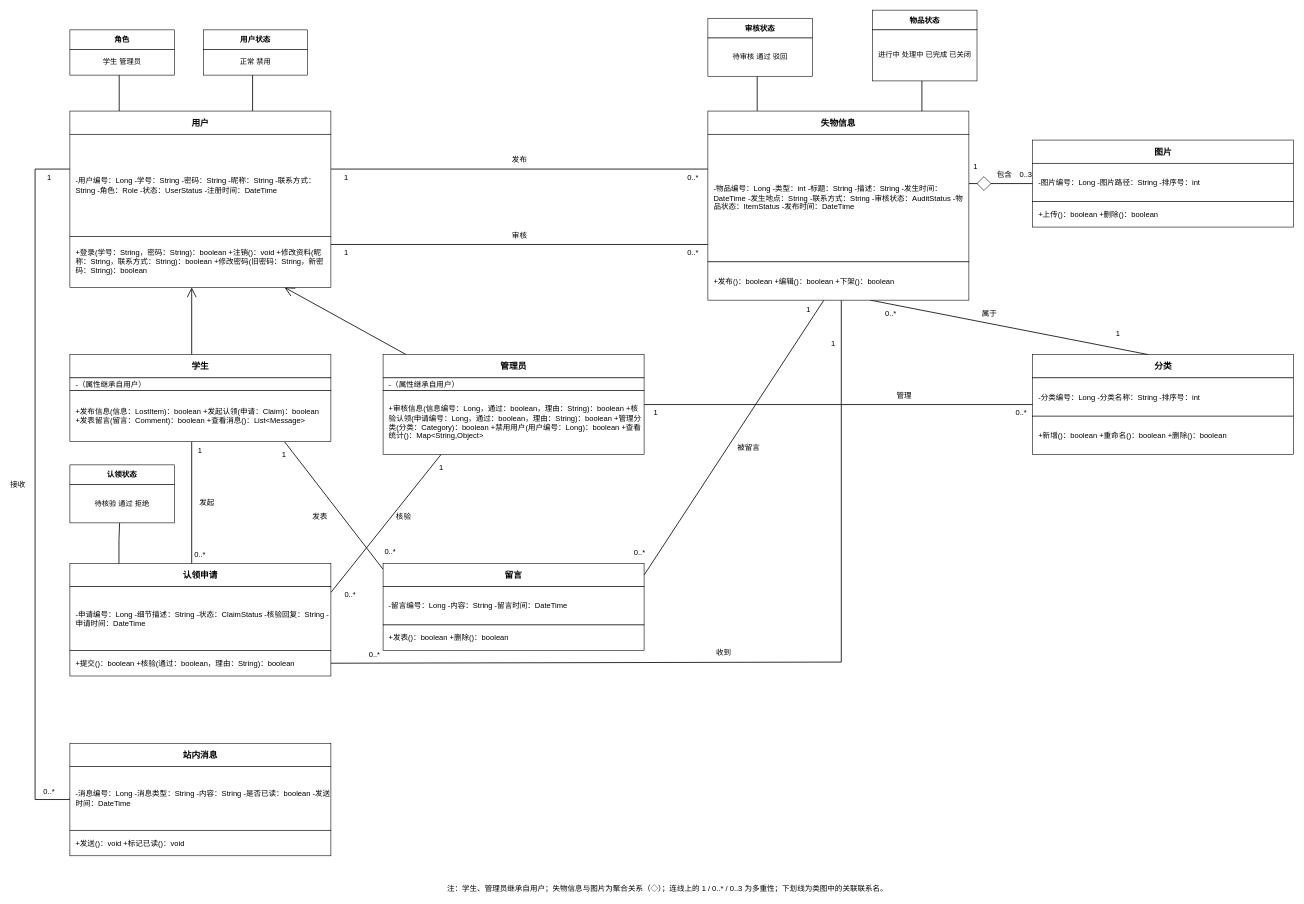
Above: 需求文档/需求分析阶段相关的图/类图.drawio in shensuhuaming/campus-lost-found (draw.io), before the change. Source tidied: cells renumbered, new cells numbered last; positions are measured from the earlier drawing's top-left corner, leaving out a move shared by most shapes. Both pictures are drawn from the tidied source at 58%, with x=0, y=0 at pixel (10, 10).
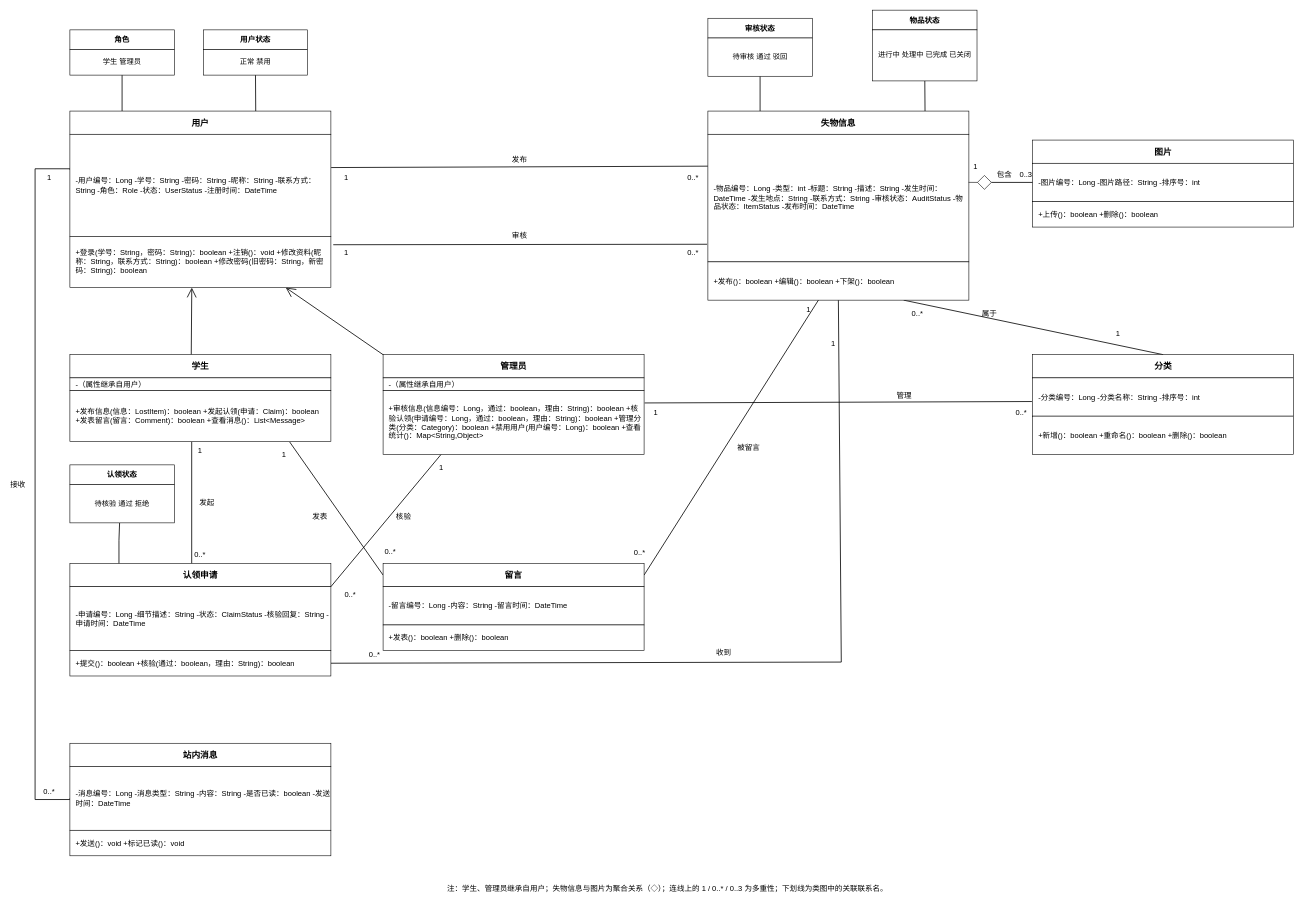
After the change.

Unchanged cells that the change refers to:
```xml
<mxCell id="55" value="学生&amp;#10;管理员" style="rounded=0;whiteSpace=wrap;html=1;align=center;fontSize=12.5;fontFamily=Microsoft YaHei;" parent="1" vertex="1">
  <mxGeometry x="103" y="68" width="180" height="44" as="geometry" />
</mxCell>
<mxCell id="57" value="正常&amp;#10;禁用" style="rounded=0;whiteSpace=wrap;html=1;align=center;fontSize=12.5;fontFamily=Microsoft YaHei;" parent="1" vertex="1">
  <mxGeometry x="333" y="68" width="180" height="44" as="geometry" />
</mxCell>
<mxCell id="59" value="待审核&amp;#10;通过&amp;#10;驳回" style="rounded=0;whiteSpace=wrap;html=1;align=center;fontSize=12.5;fontFamily=Microsoft YaHei;" parent="1" vertex="1">
  <mxGeometry x="1203" y="48" width="180" height="66" as="geometry" />
</mxCell>
<mxCell id="61" value="进行中&amp;#10;处理中&amp;#10;已完成&amp;#10;已关闭" style="rounded=0;whiteSpace=wrap;html=1;align=center;fontSize=12.5;fontFamily=Microsoft YaHei;" parent="1" vertex="1">
  <mxGeometry x="1487" y="34" width="180" height="88" as="geometry" />
</mxCell>
<mxCell id="64" value="用户" style="rounded=0;whiteSpace=wrap;html=1;fontStyle=1;fontSize=15;fontFamily=Microsoft YaHei;" parent="1" vertex="1">
  <mxGeometry x="103" y="174" width="450" height="40" as="geometry" />
</mxCell>
<mxCell id="65" value="-用户编号：Long&amp;#10;-学号：String&amp;#10;-密码：String&amp;#10;-昵称：String&amp;#10;-联系方式：String&amp;#10;-角色：Role&amp;#10;-状态：UserStatus&amp;#10;-注册时间：DateTime" style="rounded=0;whiteSpace=wrap;html=1;align=left;spacingLeft=8;fontSize=13;fontFamily=Microsoft YaHei;" parent="1" vertex="1">
  <mxGeometry x="103" y="214" width="450" height="176" as="geometry" />
</mxCell>
<mxCell id="66" value="+登录(学号：String，密码：String)：boolean&amp;#10;+注销()：void&amp;#10;+修改资料(昵称：String，联系方式：String)：boolean&amp;#10;+修改密码(旧密码：String，新密码：String)：boolean" style="rounded=0;whiteSpace=wrap;html=1;align=left;spacingLeft=8;fontSize=13;fontFamily=Microsoft YaHei;" parent="1" vertex="1">
  <mxGeometry x="103" y="390" width="450" height="88" as="geometry" />
</mxCell>
<mxCell id="67" value="学生" style="rounded=0;whiteSpace=wrap;html=1;fontStyle=1;fontSize=15;fontFamily=Microsoft YaHei;" parent="1" vertex="1">
  <mxGeometry x="103" y="594" width="450" height="40" as="geometry" />
</mxCell>
<mxCell id="69" value="+发布信息(信息：LostItem)：boolean&amp;#10;+发起认领(申请：Claim)：boolean&amp;#10;+发表留言(留言：Comment)：boolean&amp;#10;+查看消息()：List&amp;lt;Message&amp;gt;" style="rounded=0;whiteSpace=wrap;html=1;align=left;spacingLeft=8;fontSize=13;fontFamily=Microsoft YaHei;" parent="1" vertex="1">
  <mxGeometry x="103" y="656" width="450" height="88" as="geometry" />
</mxCell>
<mxCell id="70" value="管理员" style="rounded=0;whiteSpace=wrap;html=1;fontStyle=1;fontSize=15;fontFamily=Microsoft YaHei;" parent="1" vertex="1">
  <mxGeometry x="643" y="594" width="450" height="40" as="geometry" />
</mxCell>
<mxCell id="72" value="+审核信息(信息编号：Long，通过：boolean，理由：String)：boolean&amp;#10;+核验认领(申请编号：Long，通过：boolean，理由：String)：boolean&amp;#10;+管理分类(分类：Category)：boolean&amp;#10;+禁用用户(用户编号：Long)：boolean&amp;#10;+查看统计()：Map&amp;lt;String,Object&amp;gt;" style="rounded=0;whiteSpace=wrap;html=1;align=left;spacingLeft=8;fontSize=13;fontFamily=Microsoft YaHei;" parent="1" vertex="1">
  <mxGeometry x="643" y="656" width="450" height="110" as="geometry" />
</mxCell>
<mxCell id="73" value="失物信息" style="rounded=0;whiteSpace=wrap;html=1;fontStyle=1;fontSize=15;fontFamily=Microsoft YaHei;" parent="1" vertex="1">
  <mxGeometry x="1203" y="174" width="450" height="40" as="geometry" />
</mxCell>
<mxCell id="74" value="-物品编号：Long&amp;#10;-类型：int&amp;#10;-标题：String&amp;#10;-描述：String&amp;#10;-发生时间：DateTime&amp;#10;-发生地点：String&amp;#10;-联系方式：String&amp;#10;-审核状态：AuditStatus&amp;#10;-物品状态：ItemStatus&amp;#10;-发布时间：DateTime" style="rounded=0;whiteSpace=wrap;html=1;align=left;spacingLeft=8;fontSize=13;fontFamily=Microsoft YaHei;" parent="1" vertex="1">
  <mxGeometry x="1203" y="214" width="450" height="220" as="geometry" />
</mxCell>
<mxCell id="75" value="+发布()：boolean&amp;#10;+编辑()：boolean&amp;#10;+下架()：boolean" style="rounded=0;whiteSpace=wrap;html=1;align=left;spacingLeft=8;fontSize=13;fontFamily=Microsoft YaHei;" parent="1" vertex="1">
  <mxGeometry x="1203" y="434" width="450" height="66" as="geometry" />
</mxCell>
<mxCell id="77" value="-图片编号：Long&amp;#10;-图片路径：String&amp;#10;-排序号：int" style="rounded=0;whiteSpace=wrap;html=1;align=left;spacingLeft=8;fontSize=13;fontFamily=Microsoft YaHei;" parent="1" vertex="1">
  <mxGeometry x="1763" y="264" width="450" height="66" as="geometry" />
</mxCell>
<mxCell id="79" value="分类" style="rounded=0;whiteSpace=wrap;html=1;fontStyle=1;fontSize=15;fontFamily=Microsoft YaHei;" parent="1" vertex="1">
  <mxGeometry x="1763" y="594" width="450" height="40" as="geometry" />
</mxCell>
<mxCell id="80" value="-分类编号：Long&amp;#10;-分类名称：String&amp;#10;-排序号：int" style="rounded=0;whiteSpace=wrap;html=1;align=left;spacingLeft=8;fontSize=13;fontFamily=Microsoft YaHei;" parent="1" vertex="1">
  <mxGeometry x="1763" y="634" width="450" height="66" as="geometry" />
</mxCell>
<mxCell id="83" value="-申请编号：Long&amp;#10;-细节描述：String&amp;#10;-状态：ClaimStatus&amp;#10;-核验回复：String&amp;#10;-申请时间：DateTime" style="rounded=0;whiteSpace=wrap;html=1;align=left;spacingLeft=8;fontSize=13;fontFamily=Microsoft YaHei;" parent="1" vertex="1">
  <mxGeometry x="103" y="994" width="450" height="110" as="geometry" />
</mxCell>
<mxCell id="84" value="+提交()：boolean&amp;#10;+核验(通过：boolean，理由：String)：boolean" style="rounded=0;whiteSpace=wrap;html=1;align=left;spacingLeft=8;fontSize=13;fontFamily=Microsoft YaHei;" parent="1" vertex="1">
  <mxGeometry x="103" y="1104" width="450" height="44" as="geometry" />
</mxCell>
<mxCell id="85" value="留言" style="rounded=0;whiteSpace=wrap;html=1;fontStyle=1;fontSize=15;fontFamily=Microsoft YaHei;" parent="1" vertex="1">
  <mxGeometry x="643" y="954" width="450" height="40" as="geometry" />
</mxCell>
<mxCell id="89" value="-消息编号：Long&amp;#10;-消息类型：String&amp;#10;-内容：String&amp;#10;-是否已读：boolean&amp;#10;-发送时间：DateTime" style="rounded=0;whiteSpace=wrap;html=1;align=left;spacingLeft=8;fontSize=13;fontFamily=Microsoft YaHei;" parent="1" vertex="1">
  <mxGeometry x="103" y="1304" width="450" height="110" as="geometry" />
</mxCell>
```

Diff of the diagram source:
```diff
@@
-    <mxCell id="2" style="edgeStyle=none;rounded=0;html=1;endArrow=none;startArrow=none;strokeWidth=1.4;" parent="1" edge="1">
-      <mxGeometry relative="1" as="geometry">
-        <mxPoint x="553" y="274" as="sourcePoint" />
-        <mxPoint x="1203" y="274" as="targetPoint" />
-      </mxGeometry>
+    <mxCell id="2" style="edgeStyle=none;rounded=0;html=1;endArrow=none;startArrow=none;strokeWidth=1.4;exitX=1.001;exitY=0.326;exitDx=0;exitDy=0;exitPerimeter=0;entryX=0;entryY=0.25;entryDx=0;entryDy=0;" parent="1" edge="1" source="65" target="74">
+      <mxGeometry relative="1" as="geometry" />
     </mxCell>
-    <mxCell id="3" style="edgeStyle=none;rounded=0;html=1;endArrow=none;startArrow=none;strokeWidth=1.4;" parent="1" edge="1">
-      <mxGeometry relative="1" as="geometry">
-        <mxPoint x="553" y="404" as="sourcePoint" />
-        <mxPoint x="1203" y="404" as="targetPoint" />
-      </mxGeometry>
+    <mxCell id="3" style="edgeStyle=none;rounded=0;html=1;endArrow=none;startArrow=none;strokeWidth=1.4;exitX=1.009;exitY=0.164;exitDx=0;exitDy=0;exitPerimeter=0;entryX=-0.003;entryY=0.862;entryDx=0;entryDy=0;entryPerimeter=0;" parent="1" edge="1" source="66" target="74">
+      <mxGeometry relative="1" as="geometry" />
     </mxCell>
-    <mxCell id="4" style="edgeStyle=none;rounded=0;html=1;endArrow=none;startArrow=none;strokeWidth=1.4;" parent="1" edge="1">
-      <mxGeometry relative="1" as="geometry">
-        <mxPoint x="1483" y="500" as="sourcePoint" />
-        <mxPoint x="1963" y="594" as="targetPoint" />
-      </mxGeometry>
+    <mxCell id="4" style="edgeStyle=none;rounded=0;html=1;endArrow=none;startArrow=none;strokeWidth=1.4;exitX=0.75;exitY=1;exitDx=0;exitDy=0;entryX=0.5;entryY=0;entryDx=0;entryDy=0;" parent="1" edge="1" source="75" target="79">
+      <mxGeometry relative="1" as="geometry" />
     </mxCell>
-    <mxCell id="5" style="edgeStyle=none;rounded=0;html=1;endArrow=none;startArrow=none;strokeWidth=1.4;" parent="1" edge="1">
-      <mxGeometry relative="1" as="geometry">
-        <mxPoint x="1653" y="299" as="sourcePoint" />
-        <mxPoint x="1763" y="299" as="targetPoint" />
-      </mxGeometry>
+    <mxCell id="5" style="edgeStyle=none;rounded=0;html=1;endArrow=none;startArrow=none;strokeWidth=1.4;exitX=1;exitY=0.5;exitDx=0;exitDy=0;entryX=0;entryY=0.5;entryDx=0;entryDy=0;" parent="1" edge="1" source="20" target="77">
+      <mxGeometry relative="1" as="geometry" />
     </mxCell>
-    <mxCell id="6" style="edgeStyle=none;rounded=0;html=1;endArrow=none;startArrow=none;strokeWidth=1.4;" parent="1" edge="1">
-      <mxGeometry relative="1" as="geometry">
-        <mxPoint x="1093" y="680" as="sourcePoint" />
-        <mxPoint x="1763" y="680" as="targetPoint" />
-      </mxGeometry>
+    <mxCell id="6" style="edgeStyle=none;rounded=0;html=1;endArrow=none;startArrow=none;strokeWidth=1.4;entryX=-0.003;entryY=0.618;entryDx=0;entryDy=0;entryPerimeter=0;exitX=1.002;exitY=0.193;exitDx=0;exitDy=0;exitPerimeter=0;" parent="1" edge="1" source="72" target="80">
+      <mxGeometry relative="1" as="geometry" />
     </mxCell>
@@
-    <mxCell id="8" style="edgeStyle=none;rounded=0;html=1;endArrow=none;startArrow=none;strokeWidth=1.4;entryX=1;entryY=0.5;entryDx=0;entryDy=0;" parent="1" edge="1" target="84">
+    <mxCell id="8" style="edgeStyle=none;rounded=0;html=1;endArrow=none;startArrow=none;strokeWidth=1.4;entryX=1;entryY=0.5;entryDx=0;entryDy=0;exitX=0.5;exitY=1;exitDx=0;exitDy=0;" parent="1" edge="1" source="75" target="84">
       <mxGeometry relative="1" as="geometry">
-        <mxPoint x="1433" y="500" as="sourcePoint" />
         <Array as="points">
           <mxPoint x="1433" y="1124" />
         </Array>
       </mxGeometry>
     </mxCell>
-    <mxCell id="9" style="edgeStyle=none;rounded=0;html=1;endArrow=none;startArrow=none;strokeWidth=1.4;" parent="1" edge="1">
-      <mxGeometry relative="1" as="geometry">
-        <mxPoint x="473" y="744" as="sourcePoint" />
-        <mxPoint x="643" y="964" as="targetPoint" />
-      </mxGeometry>
+    <mxCell id="9" style="edgeStyle=none;rounded=0;html=1;endArrow=none;startArrow=none;strokeWidth=1.4;entryX=0;entryY=0.5;entryDx=0;entryDy=0;exitX=0.842;exitY=1.005;exitDx=0;exitDy=0;exitPerimeter=0;" parent="1" edge="1" source="69" target="85">
+      <mxGeometry relative="1" as="geometry" />
     </mxCell>
-    <mxCell id="10" style="edgeStyle=none;rounded=0;html=1;endArrow=none;startArrow=none;strokeWidth=1.4;" parent="1" edge="1">
-      <mxGeometry relative="1" as="geometry">
-        <mxPoint x="1403" y="500" as="sourcePoint" />
-        <mxPoint x="1093" y="974" as="targetPoint" />
-      </mxGeometry>
+    <mxCell id="10" style="edgeStyle=none;rounded=0;html=1;endArrow=none;startArrow=none;strokeWidth=1.4;entryX=1;entryY=0.5;entryDx=0;entryDy=0;exitX=0.424;exitY=0.994;exitDx=0;exitDy=0;exitPerimeter=0;" parent="1" edge="1" source="75" target="85">
+      <mxGeometry relative="1" as="geometry" />
     </mxCell>
-    <mxCell id="11" style="edgeStyle=none;rounded=0;html=1;endArrow=none;startArrow=none;strokeWidth=1.4;" parent="1" edge="1">
+    <mxCell id="11" style="edgeStyle=none;rounded=0;html=1;endArrow=none;startArrow=none;strokeWidth=1.4;entryX=1;entryY=0;entryDx=0;entryDy=0;" parent="1" edge="1" target="83">
       <mxGeometry relative="1" as="geometry">
         <mxPoint x="743" y="766" as="sourcePoint" />
-        <mxPoint x="553" y="1004" as="targetPoint" />
       </mxGeometry>
     </mxCell>
-    <mxCell id="12" style="edgeStyle=none;rounded=0;html=1;endArrow=none;startArrow=none;strokeWidth=1.4;" parent="1" edge="1">
-      <mxGeometry relative="1" as="geometry">
-        <mxPoint x="188" y="112" as="sourcePoint" />
-        <mxPoint x="188" y="174" as="targetPoint" />
-      </mxGeometry>
+    <mxCell id="12" style="edgeStyle=none;rounded=0;html=1;endArrow=none;startArrow=none;strokeWidth=1.4;entryX=0.2;entryY=0;entryDx=0;entryDy=0;entryPerimeter=0;exitX=0.5;exitY=1;exitDx=0;exitDy=0;" parent="1" edge="1" source="55" target="64">
+      <mxGeometry relative="1" as="geometry" />
     </mxCell>
-    <mxCell id="13" style="edgeStyle=none;rounded=0;html=1;endArrow=none;startArrow=none;strokeWidth=1.4;" parent="1" edge="1">
-      <mxGeometry relative="1" as="geometry">
-        <mxPoint x="418" y="112" as="sourcePoint" />
-        <mxPoint x="418" y="174" as="targetPoint" />
-      </mxGeometry>
+    <mxCell id="13" style="edgeStyle=none;rounded=0;html=1;endArrow=none;startArrow=none;strokeWidth=1.4;exitX=0.5;exitY=1;exitDx=0;exitDy=0;entryX=0.712;entryY=0.02;entryDx=0;entryDy=0;entryPerimeter=0;" parent="1" edge="1" source="57" target="64">
+      <mxGeometry relative="1" as="geometry" />
     </mxCell>
-    <mxCell id="14" style="edgeStyle=none;rounded=0;html=1;endArrow=none;startArrow=none;strokeWidth=1.4;" parent="1" edge="1">
-      <mxGeometry relative="1" as="geometry">
-        <mxPoint x="1288" y="114" as="sourcePoint" />
-        <mxPoint x="1288" y="174" as="targetPoint" />
-      </mxGeometry>
+    <mxCell id="14" style="edgeStyle=none;rounded=0;html=1;endArrow=none;startArrow=none;strokeWidth=1.4;exitX=0.5;exitY=1;exitDx=0;exitDy=0;entryX=0.2;entryY=0.122;entryDx=0;entryDy=0;entryPerimeter=0;" parent="1" edge="1" source="59" target="73">
+      <mxGeometry relative="1" as="geometry" />
     </mxCell>
-    <mxCell id="15" style="edgeStyle=none;rounded=0;html=1;endArrow=none;startArrow=none;strokeWidth=1.4;" parent="1" edge="1">
-      <mxGeometry relative="1" as="geometry">
-        <mxPoint x="1572" y="122" as="sourcePoint" />
-        <mxPoint x="1572" y="180" as="targetPoint" />
-      </mxGeometry>
+    <mxCell id="15" style="edgeStyle=none;rounded=0;html=1;endArrow=none;startArrow=none;strokeWidth=1.4;exitX=0.5;exitY=1;exitDx=0;exitDy=0;entryX=0.832;entryY=0.026;entryDx=0;entryDy=0;entryPerimeter=0;" parent="1" edge="1" source="61" target="73">
+      <mxGeometry relative="1" as="geometry" />
     </mxCell>
@@
-    <mxCell id="17" style="edgeStyle=orthogonalEdgeStyle;rounded=0;html=1;endArrow=none;startArrow=none;strokeWidth=1.4;entryX=0;entryY=0.5;entryDx=0;entryDy=0;" parent="1" edge="1" target="89">
+    <mxCell id="17" style="edgeStyle=orthogonalEdgeStyle;rounded=0;html=1;endArrow=none;startArrow=none;strokeWidth=1.4;entryX=0;entryY=0.5;entryDx=0;entryDy=0;exitX=0.001;exitY=0.35;exitDx=0;exitDy=0;exitPerimeter=0;" parent="1" edge="1" source="65" target="89">
       <mxGeometry relative="1" as="geometry">
-        <mxPoint x="103" y="274" as="sourcePoint" />
         <Array as="points">
-          <mxPoint x="43" y="274" />
+          <mxPoint x="103.5" y="273.5" />
+          <mxPoint x="43" y="273.5" />
           <mxPoint x="43" y="1361" />
           <mxPoint x="103" y="1361" />
         </Array>
       </mxGeometry>
     </mxCell>
-    <mxCell id="18" style="edgeStyle=none;rounded=0;html=1;endArrow=open;startArrow=none;endSize=14;endFill=0;strokeWidth=1.4;" parent="1" edge="1">
-      <mxGeometry relative="1" as="geometry">
-        <mxPoint x="313" y="594" as="sourcePoint" />
-        <mxPoint x="313" y="478" as="targetPoint" />
-      </mxGeometry>
+    <mxCell id="18" style="edgeStyle=none;rounded=0;html=1;endArrow=open;startArrow=none;endSize=14;endFill=0;strokeWidth=1.4;entryX=0.467;entryY=1.004;entryDx=0;entryDy=0;entryPerimeter=0;exitX=0.465;exitY=-0.008;exitDx=0;exitDy=0;exitPerimeter=0;" parent="1" edge="1" source="67" target="66">
+      <mxGeometry relative="1" as="geometry" />
     </mxCell>
-    <mxCell id="19" style="edgeStyle=none;rounded=0;html=1;endArrow=open;startArrow=none;endSize=14;endFill=0;strokeWidth=1.4;" parent="1" edge="1">
-      <mxGeometry relative="1" as="geometry">
-        <mxPoint x="683" y="594" as="sourcePoint" />
-        <mxPoint x="473" y="478" as="targetPoint" />
-      </mxGeometry>
+    <mxCell id="19" style="edgeStyle=none;rounded=0;html=1;endArrow=open;startArrow=none;endSize=14;endFill=0;strokeWidth=1.4;entryX=0.827;entryY=1.004;entryDx=0;entryDy=0;entryPerimeter=0;exitX=0;exitY=0;exitDx=0;exitDy=0;" parent="1" edge="1" source="70" target="66">
+      <mxGeometry relative="1" as="geometry" />
     </mxCell>
     <mxCell id="20" style="rhombus;whiteSpace=wrap;html=1;" parent="1" vertex="1">
-      <mxGeometry x="1667" y="287" width="24" height="24" as="geometry" />
+      <mxGeometry x="1667.8" y="285" width="24" height="24" as="geometry" />
     </mxCell>
@@
     <mxCell id="29" value="0..*" style="text;html=1;align=center;verticalAlign=middle;fontSize=13;fontFamily=Microsoft YaHei;" parent="1" vertex="1">
-      <mxGeometry x="1508.4" y="514.2" width="19.8" height="18" as="geometry" />
+      <mxGeometry x="1554.2" y="512.8" width="19.8" height="18" as="geometry" />
     </mxCell>
@@
+    <mxCell id="92" style="endArrow=none;html=1;rounded=0;exitX=0.999;exitY=0.377;exitDx=0;exitDy=0;exitPerimeter=0;entryX=0;entryY=0.5;entryDx=0;entryDy=0;" parent="1" edge="1" source="74" target="20">
+      <mxGeometry relative="1" as="geometry" />
+    </mxCell>
```
